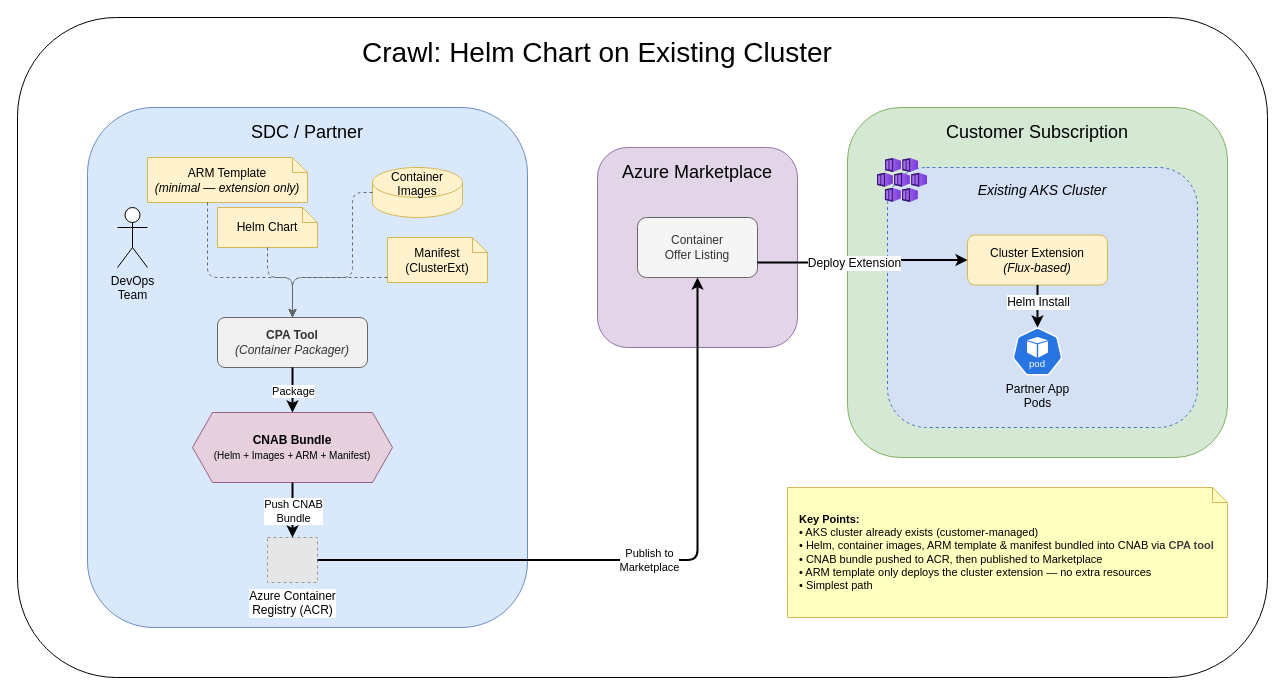
The draw.io diagram container-offer/crawl-helm-only.drawio in lastcoolnameleft/architecture-examples, before the edit. Source tidied: cells renumbered, new cells numbered last; positions are measured from the earlier drawing's top-left corner, leaving out a move shared by most shapes. Both pictures are drawn from the tidied source at 100%, with x=0, y=0 at pixel (17, 17). Pictures stored in the file or linked from it are replaced by grey dashed boxes.
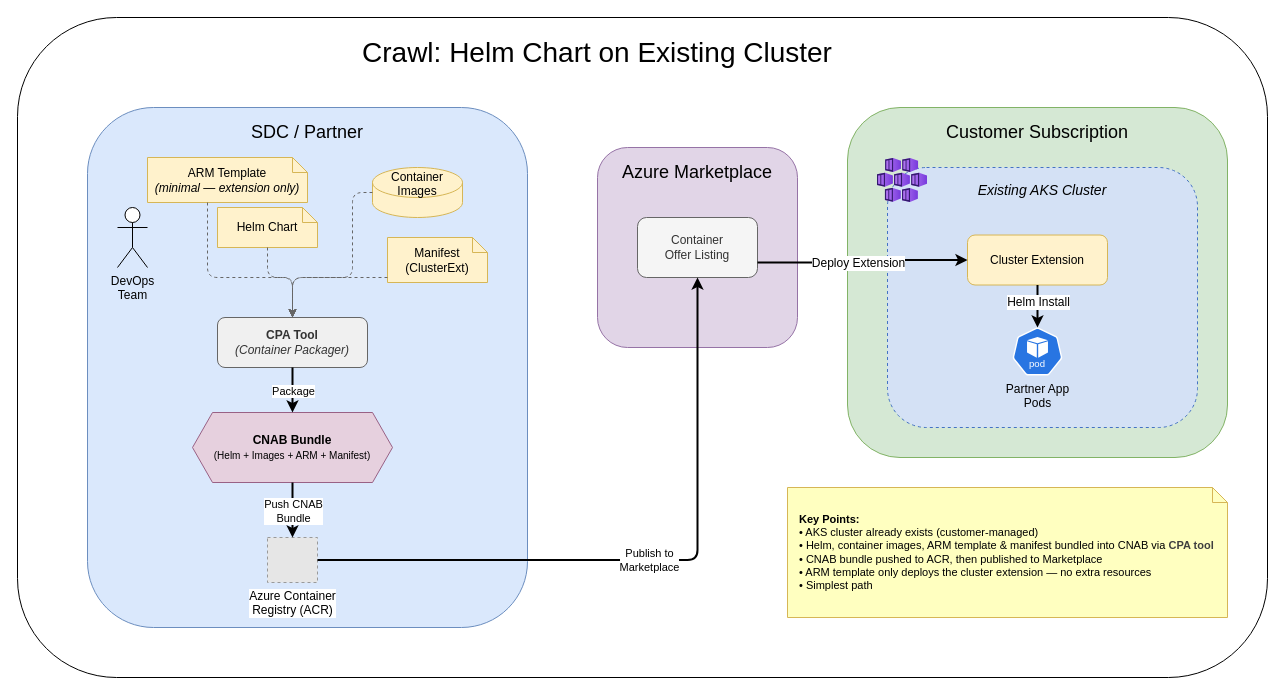
After the change.

The change refers to these unchanged cells:
```xml
<mxCell id="33" style="edgeStyle=orthogonalEdgeStyle;html=1;strokeWidth=2;exitX=1;exitY=0.75;exitDx=0;exitDy=0;" parent="1" edge="1" source="16" target="21">
  <mxGeometry relative="1" as="geometry" />
</mxCell>
```

Change to the diagram source:
```diff
@@
-    <mxCell id="21" value="Cluster Extension&lt;br&gt;&lt;i&gt;(Flux-based)&lt;/i&gt;" style="rounded=1;whiteSpace=wrap;html=1;fillColor=#fff2cc;strokeColor=#d6b656;" parent="1" vertex="1">
+    <mxCell id="21" value="Cluster Extension" style="rounded=1;whiteSpace=wrap;html=1;fillColor=#fff2cc;strokeColor=#d6b656;" parent="1" vertex="1">
       <mxGeometry x="950" y="217.5" width="140" height="50" as="geometry" />
     </mxCell>
@@
     <mxCell id="34" value="&lt;font style=&quot;font-size: 12px;&quot;&gt;Deploy Extension&lt;/font&gt;" style="edgeLabel;html=1;align=center;verticalAlign=middle;" parent="33" vertex="1">
-      <mxGeometry x="-0.1" relative="1" as="geometry" />
+      <mxGeometry x="-0.1" relative="1" as="geometry">
+        <mxPoint x="4" as="offset" />
+      </mxGeometry>
     </mxCell>
```
